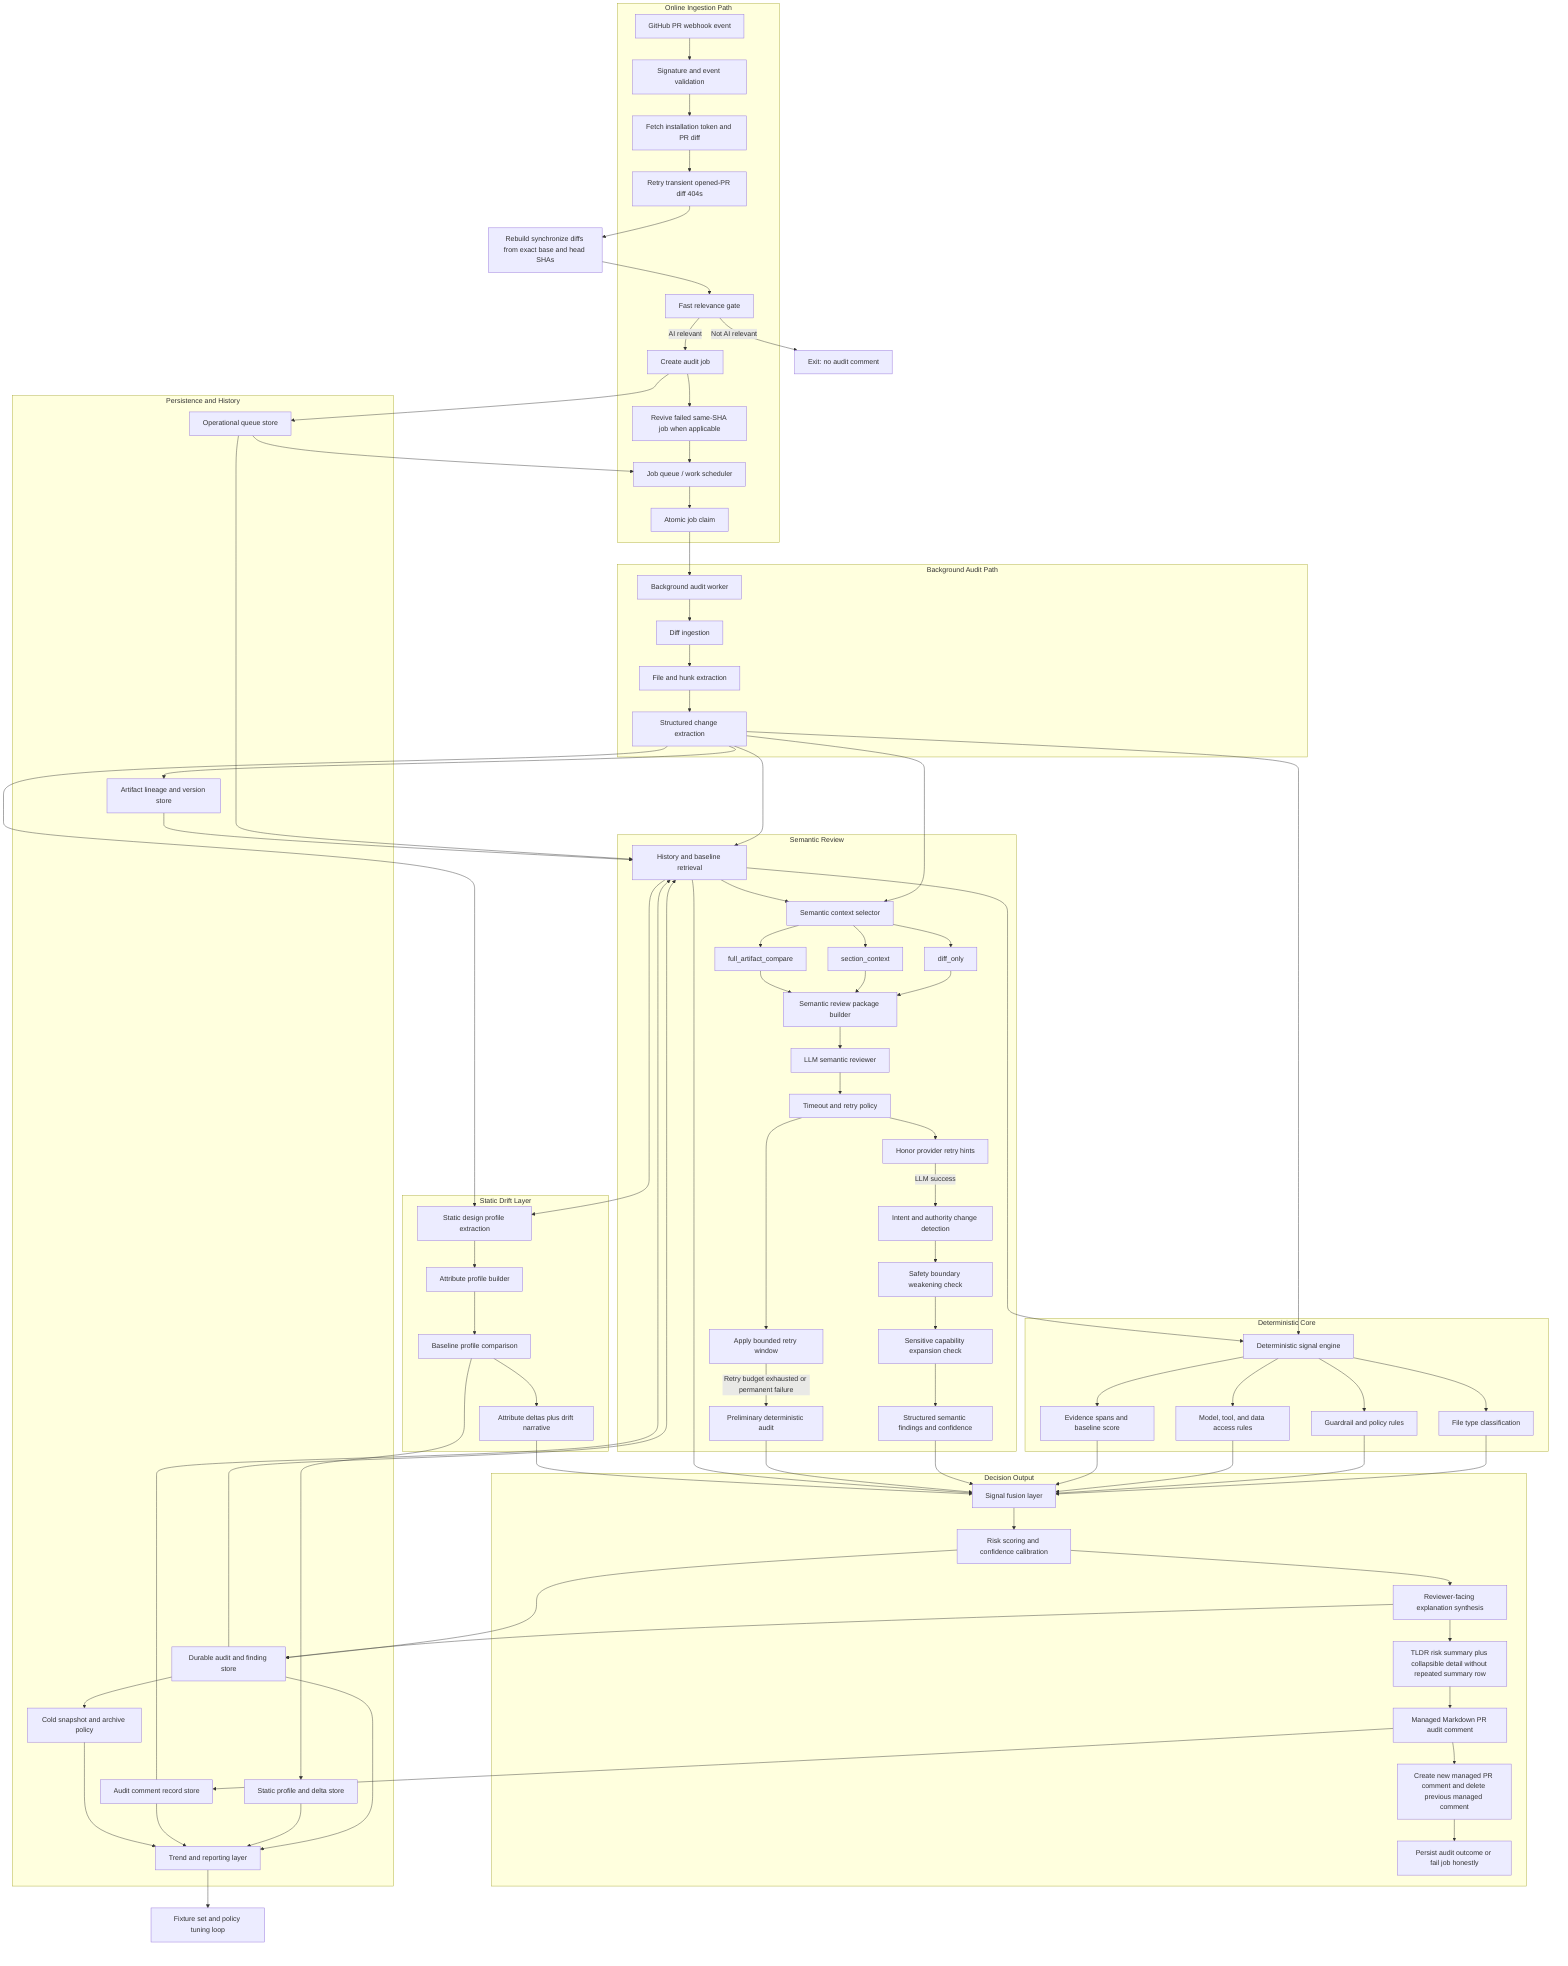
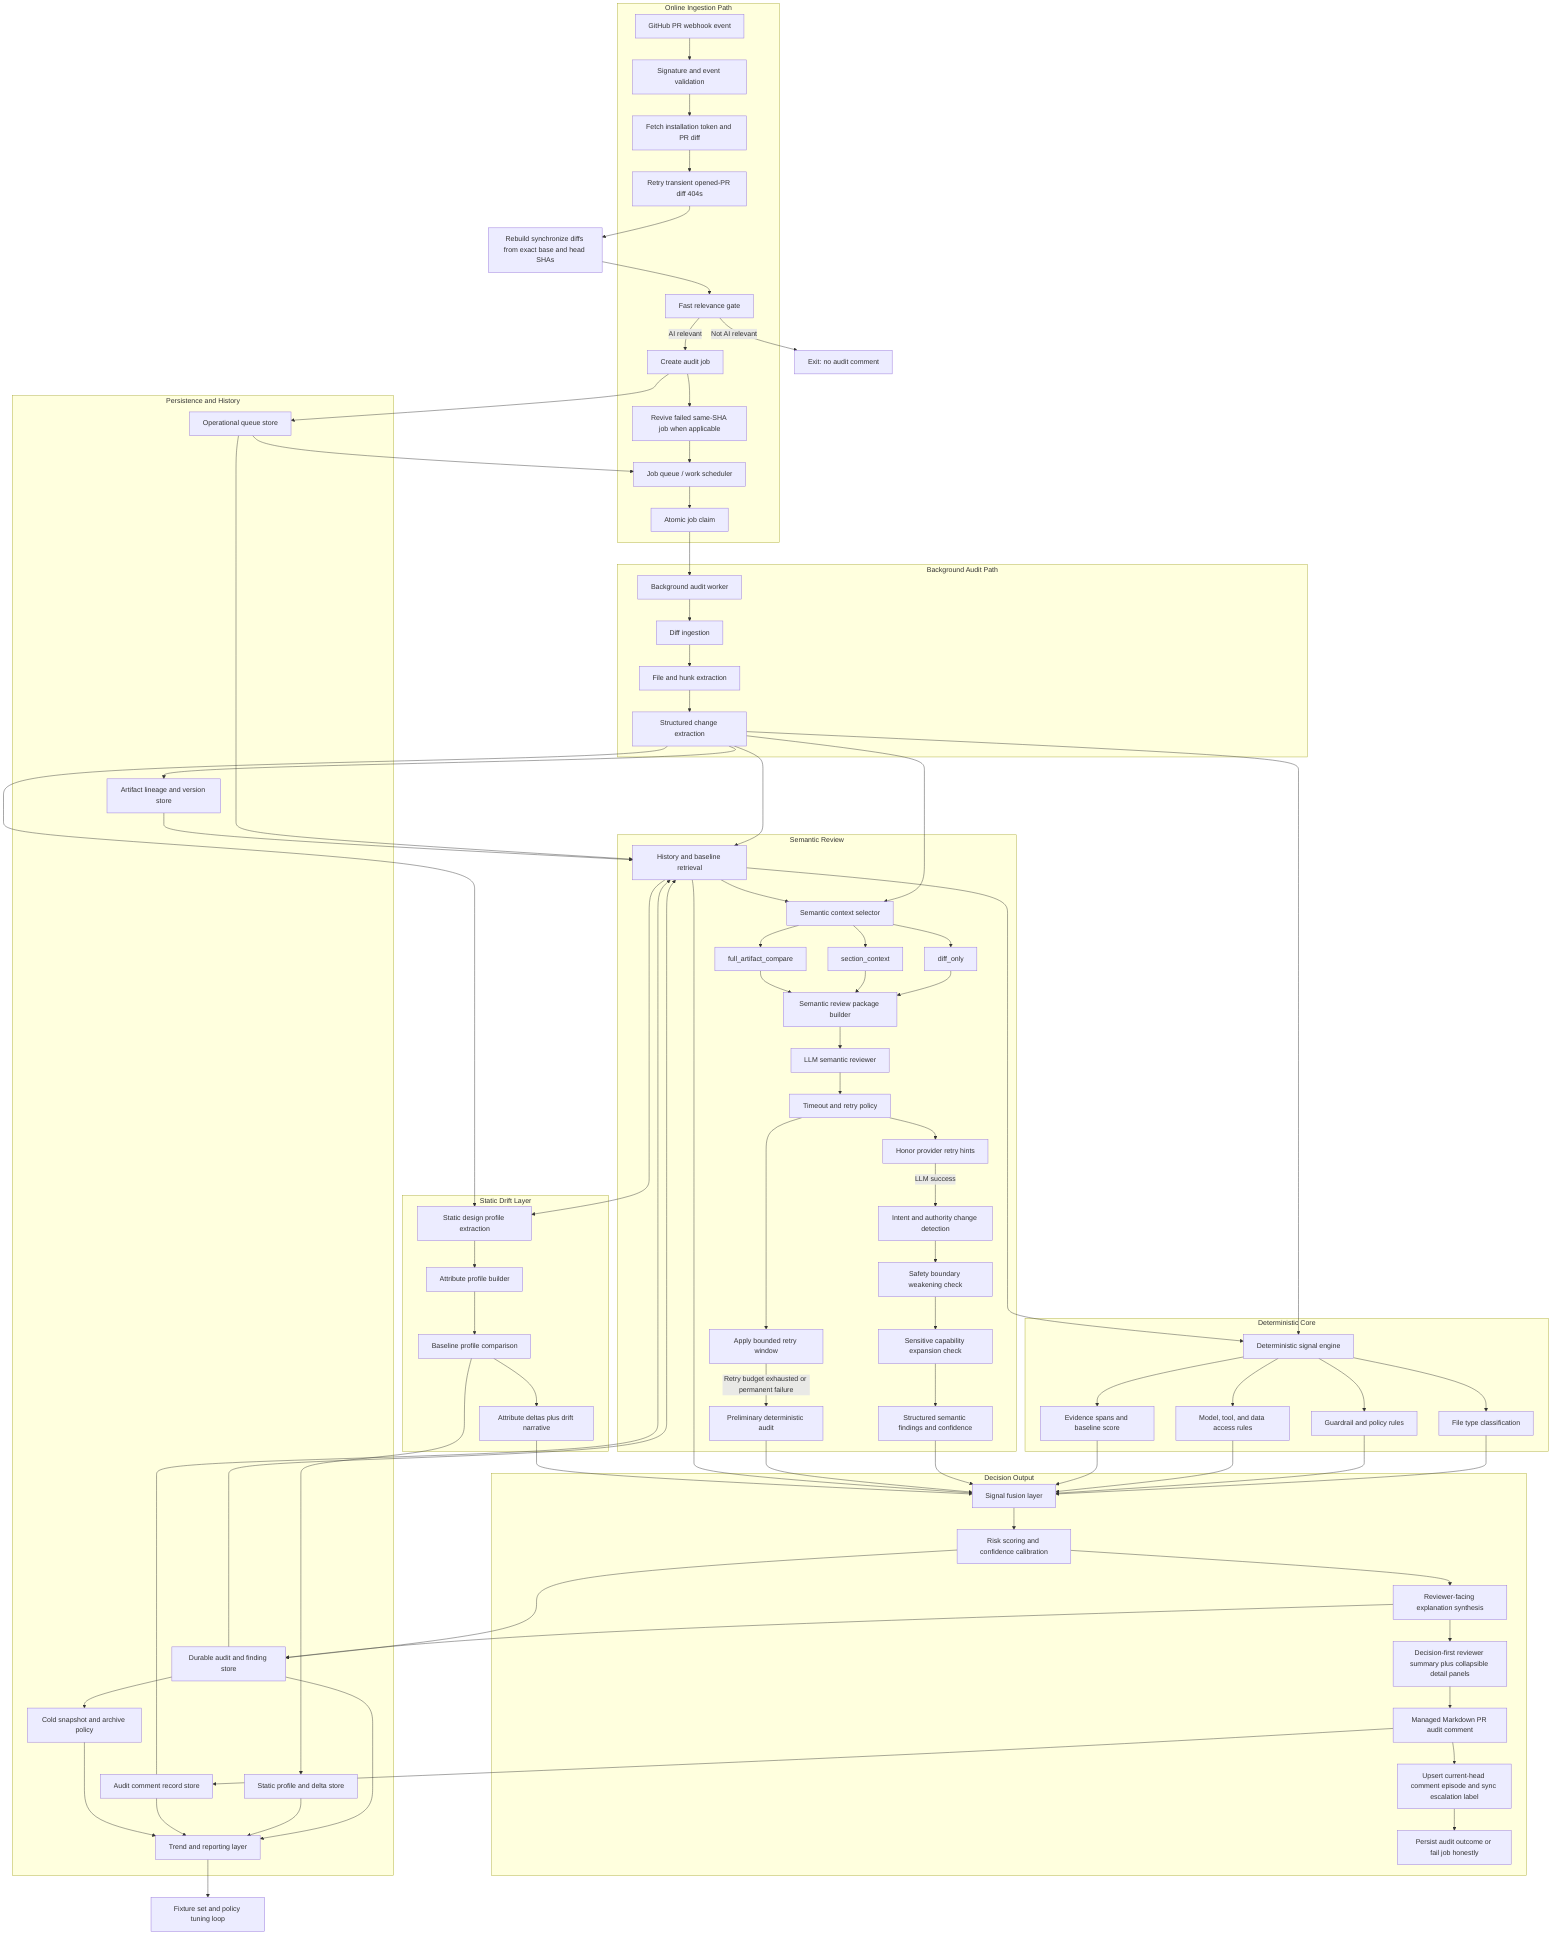
flowchart TD
    A[GitHub PR webhook event] --> A1[Signature and event validation]
    A1 --> A2[Fetch installation token and PR diff]
    A2 --> A2B[Retry transient opened-PR diff 404s]
    A2B --> A2C[Rebuild synchronize diffs from exact base and head SHAs]
    A2C --> A3[Fast relevance gate]

    A3 -->|Not AI relevant| Z1[Exit: no audit comment]
    A3 -->|AI relevant| Q1[Create audit job]
    Q1 --> Q1A[Revive failed same-SHA job when applicable]
    Q1A --> Q2[Job queue / work scheduler]
    Q2 --> Q2A[Atomic job claim]
    Q2A --> Q3[Background audit worker]

    Q3 --> B[Diff ingestion]
    B --> C[File and hunk extraction]
    C --> D[Structured change extraction]

    D --> R[History and baseline retrieval]
    D --> S[Static design profile extraction]
    D --> X[Semantic context selector]
    D --> F[Deterministic signal engine]
    R --> X
    R --> F
    R --> S
    X --> X1[diff_only]
    X --> X2[section_context]
    X --> X3[full_artifact_compare]
    X1 --> Y[Semantic review package builder]
    X2 --> Y
    X3 --> Y
    Y --> G[LLM semantic reviewer]

    F --> F1[File type classification]
    F --> F2[Guardrail and policy rules]
    F --> F3[Model, tool, and data access rules]
    F --> F4[Evidence spans and baseline score]

    G --> G0[Timeout and retry policy]
    G0 --> G0A[Honor provider retry hints]
    G0 --> G0B[Apply bounded retry window]
    G0A -->|LLM success| G1[Intent and authority change detection]
    G0B -->|Retry budget exhausted or permanent failure| G5[Preliminary deterministic audit]
    G1 --> G2[Safety boundary weakening check]
    G2 --> G3[Sensitive capability expansion check]
    G3 --> G4[Structured semantic findings and confidence]

    F1 --> H[Signal fusion layer]
    F2 --> H
    F3 --> H
    F4 --> H
    G4 --> H
    G5 --> H
    R --> H
    S --> S1[Attribute profile builder]
    S1 --> S2[Baseline profile comparison]
    S2 --> S3[Attribute deltas plus drift narrative]
    S3 --> H

    H --> I[Risk scoring and confidence calibration]
    I --> J[Reviewer-facing explanation synthesis]
-     J --> J1[TLDR risk summary plus collapsible detail without repeated summary row]
+     J --> J1[Decision-first reviewer summary plus collapsible detail panels]
    J1 --> K[Managed Markdown PR audit comment]
-     K --> L[Create new managed PR comment and delete previous managed comment]
+     K --> L[Upsert current-head comment episode and sync escalation label]
    L --> L1[Persist audit outcome or fail job honestly]

    Q1 --> P0[Operational queue store]
    D --> P1[Artifact lineage and version store]
    S2 --> P5[Static profile and delta store]
    I --> P2[Durable audit and finding store]
    J --> P2
    K --> P4[Audit comment record store]
    P0 --> Q2
    P0 --> R
    P1 --> R
    P2 --> R
    P4 --> R
    P2 --> P3[Cold snapshot and archive policy]
    P2 --> M[Trend and reporting layer]
    P5 --> M
    P4 --> M
    P3 --> M
    M --> N[Fixture set and policy tuning loop]

    subgraph Online Ingestion Path
        A
        A1
        A2
        A2B
        A3
        Q1
        Q1A
        Q2
        Q2A
    end

    subgraph Background Audit Path
        Q3
        B
        C
        D
    end

    subgraph Deterministic Core
        F
        F1
        F2
        F3
        F4
    end

    subgraph Static Drift Layer
        S
        S1
        S2
        S3
    end

    subgraph Semantic Review
        R
        X
        X1
        X2
        X3
        Y
        G
        G0
        G0A
        G0B
        G1
        G2
        G3
        G4
        G5
    end

    subgraph Decision Output
        H
        I
        J
        J1
        K
        L
        L1
    end

    subgraph Persistence and History
        P0
        P1
        P2
        P4
        P5
        P3
        M
    end
